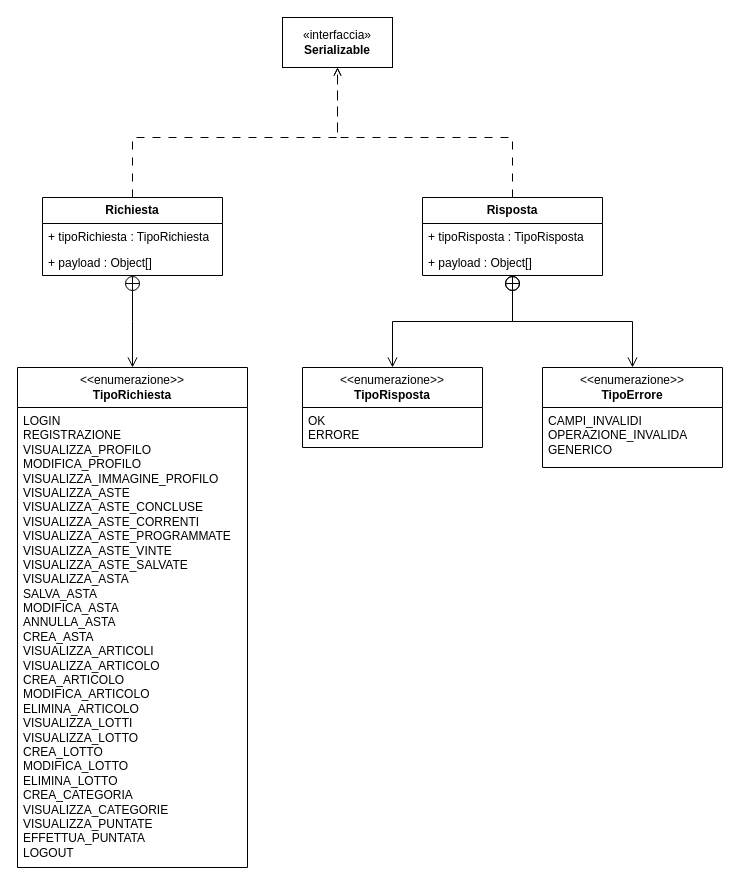
Above: documenti/DC-Aste.drawio in Chaos-Rat/GAO (draw.io), before the change. Source tidied: cells renumbered, new cells numbered last; positions are measured from the earlier drawing's top-left corner, leaving out a move shared by most shapes. Both pictures are drawn from the tidied source at 100%, with x=0, y=0 at pixel (17, 17).
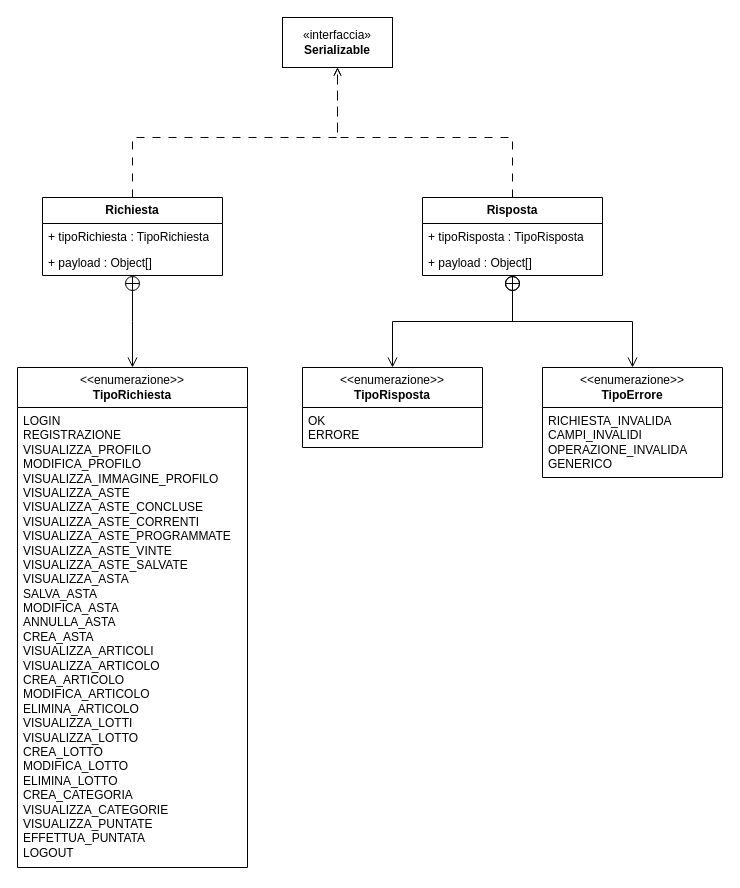
The same page after the edit.

Change to the diagram source:
```diff
@@
     <mxCell id="17" value="&lt;div&gt;&amp;lt;&amp;lt;enumerazione&amp;gt;&amp;gt;&lt;/div&gt;&lt;b&gt;TipoErrore&lt;/b&gt;" style="swimlane;fontStyle=0;horizontal=1;startSize=40;fillColor=none;whiteSpace=wrap;html=1;" parent="1" vertex="1">
-      <mxGeometry x="525" y="350" width="180" height="100" as="geometry" />
+      <mxGeometry x="525" y="350" width="180" height="110" as="geometry" />
     </mxCell>
-    <mxCell id="18" value="&lt;div&gt;CAMPI_INVALIDI&lt;/div&gt;&lt;div&gt;OPERAZIONE_INVALIDA&lt;/div&gt;&lt;div&gt;GENERICO&lt;/div&gt;" style="text;strokeColor=none;fillColor=none;align=left;verticalAlign=top;spacingLeft=4;spacingRight=4;overflow=hidden;whiteSpace=wrap;html=1;" parent="17" vertex="1">
-      <mxGeometry y="40" width="180" height="60" as="geometry" />
+    <mxCell id="18" value="&lt;div&gt;RICHIESTA_INVALIDA&lt;/div&gt;&lt;div&gt;CAMPI_INVALIDI&lt;/div&gt;&lt;div&gt;OPERAZIONE_INVALIDA&lt;/div&gt;&lt;div&gt;GENERICO&lt;/div&gt;" style="text;strokeColor=none;fillColor=none;align=left;verticalAlign=top;spacingLeft=4;spacingRight=4;overflow=hidden;whiteSpace=wrap;html=1;" parent="17" vertex="1">
+      <mxGeometry y="40" width="180" height="70" as="geometry" />
     </mxCell>
```
